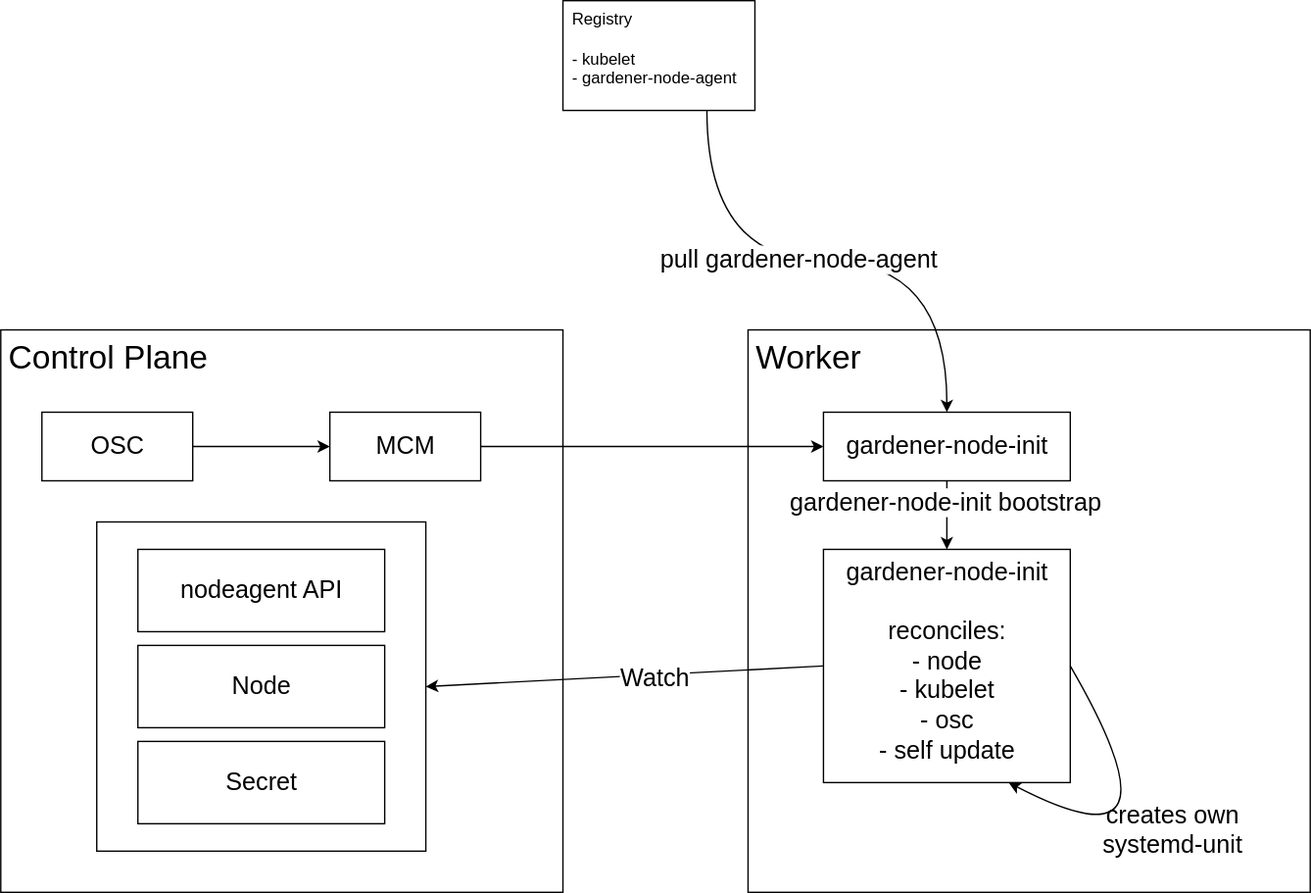
This is 2023-05-22-Leverkusen/gardener-node-agent/design.drawio.svg from gardener-community/hackathon, a draw.io export, as it was before one commit. Source tidied: cells renumbered, new cells last; positions are measured from the earlier drawing's top-left corner, leaving out a move shared by most shapes.
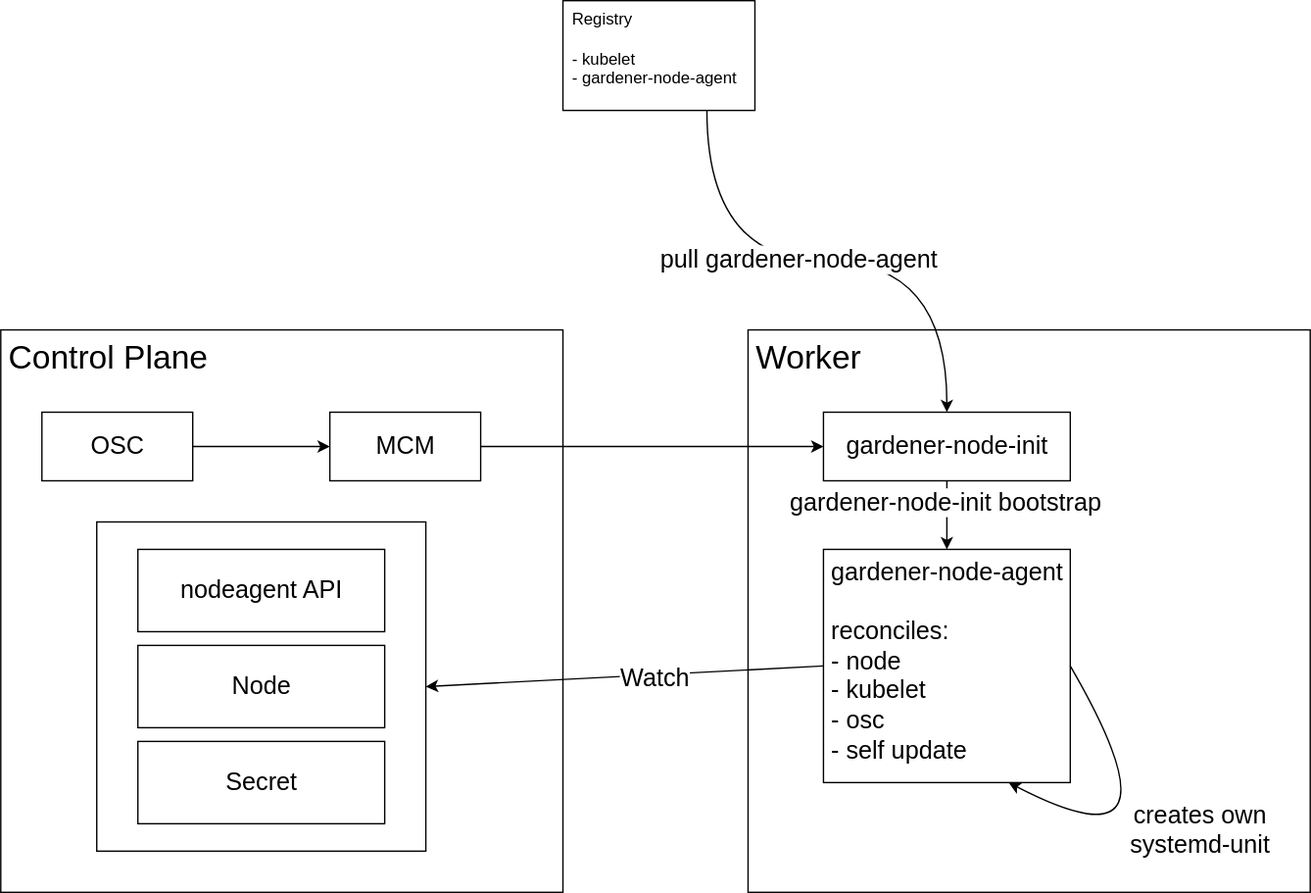
The same file after the commit.

Commit message:
Basic design drawing

Diff of the diagram source:
```diff
@@ -38,7 +38,7 @@
     <mxCell id="13" value="gardener-node-init" style="html=1;fontSize=18;" parent="1" vertex="1">
       <mxGeometry x="600" y="300" width="180" height="50" as="geometry" />
     </mxCell>
-    <mxCell id="14" value="gardener-node-init&lt;br&gt;&lt;br&gt;reconciles:&lt;br&gt;- node&lt;br&gt;- kubelet&lt;br&gt;- osc&lt;br&gt;- self update&lt;br&gt;" style="html=1;fontSize=18;verticalAlign=top;" parent="1" vertex="1">
+    <mxCell id="14" value="gardener-node-agent&lt;br&gt;&lt;br&gt;&lt;div style=&quot;text-align: left;&quot;&gt;&lt;span style=&quot;background-color: initial;&quot;&gt;reconciles:&lt;/span&gt;&lt;/div&gt;&lt;div style=&quot;text-align: left;&quot;&gt;&lt;span style=&quot;background-color: initial;&quot;&gt;- node&lt;/span&gt;&lt;/div&gt;&lt;div style=&quot;text-align: left;&quot;&gt;&lt;span style=&quot;background-color: initial;&quot;&gt;- kubelet&lt;/span&gt;&lt;/div&gt;&lt;div style=&quot;text-align: left;&quot;&gt;&lt;span style=&quot;background-color: initial;&quot;&gt;- osc&lt;/span&gt;&lt;/div&gt;&lt;div style=&quot;text-align: left;&quot;&gt;&lt;span style=&quot;background-color: initial;&quot;&gt;- self update&lt;/span&gt;&lt;/div&gt;" style="html=1;fontSize=18;verticalAlign=top;" parent="1" vertex="1">
       <mxGeometry x="600" y="400" width="180" height="170" as="geometry" />
     </mxCell>
     <mxCell id="15" style="edgeStyle=orthogonalEdgeStyle;curved=1;html=1;fontSize=18;exitX=1;exitY=0.5;exitDx=0;exitDy=0;entryX=0.75;entryY=1;entryDx=0;entryDy=0;" parent="1" edge="1" source="14" target="14">
@@ -49,7 +49,7 @@
       </mxGeometry>
     </mxCell>
     <mxCell id="16" value="creates own systemd-unit" style="text;strokeColor=none;align=center;fillColor=none;html=1;verticalAlign=middle;whiteSpace=wrap;rounded=0;fontSize=18;" parent="1" vertex="1">
-      <mxGeometry x="780" y="570" width="150" height="70" as="geometry" />
+      <mxGeometry x="800" y="570" width="150" height="70" as="geometry" />
     </mxCell>
     <mxCell id="17" style="rounded=0;whiteSpace=wrap;html=1;fontSize=18;" parent="1" vertex="1">
       <mxGeometry x="70" y="380" width="240" height="240" as="geometry" />
```
